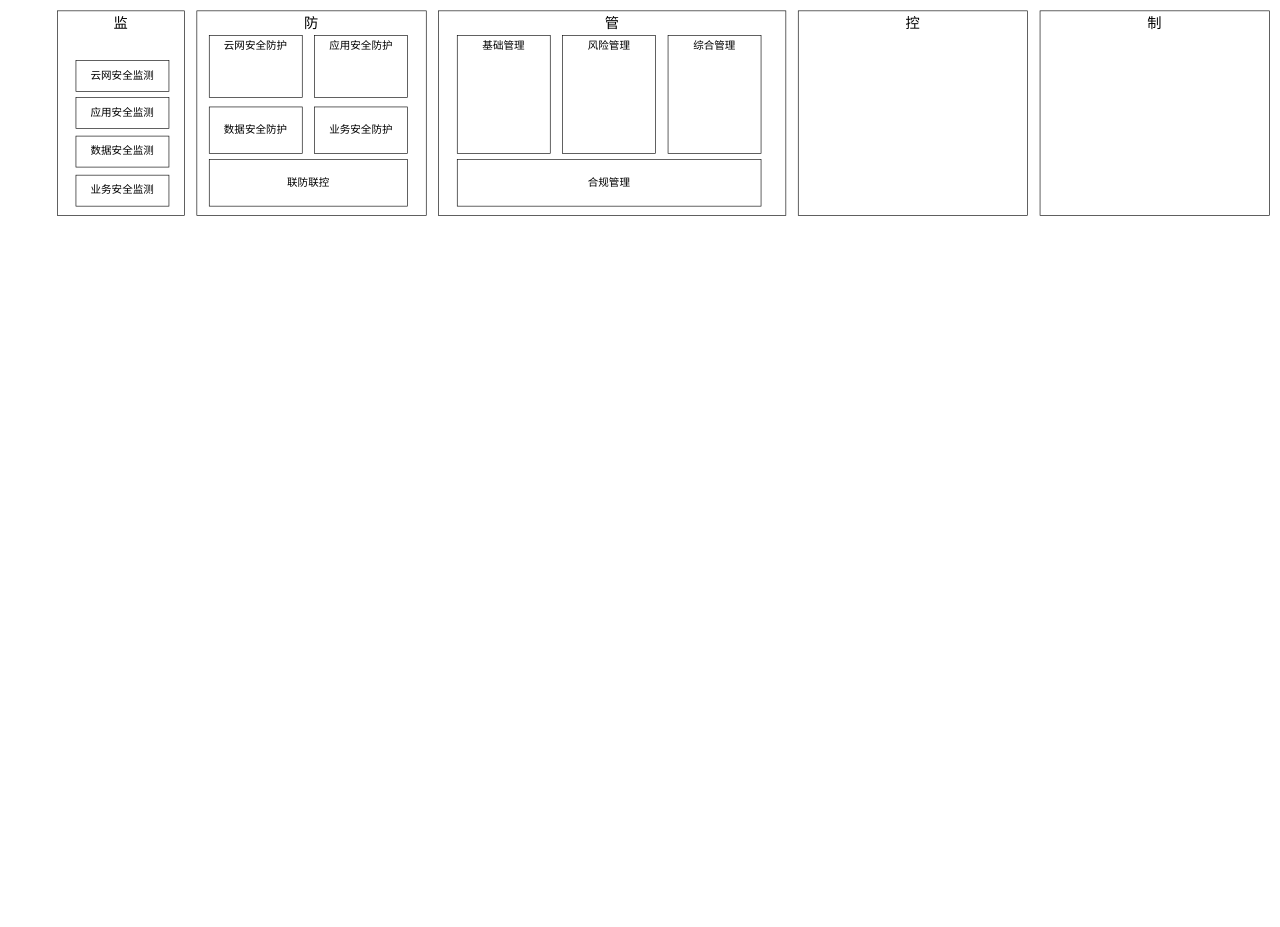
Before: 2024安全技术能力全景图.drawio in razor/1102_decoration, a draw.io diagram. Source tidied: cells renumbered, new cells numbered last; positions are measured from the earlier drawing's top-left corner, leaving out a move shared by most shapes. Both pictures are drawn from the tidied source at 62%, with x=0, y=0 at pixel (57, 11).
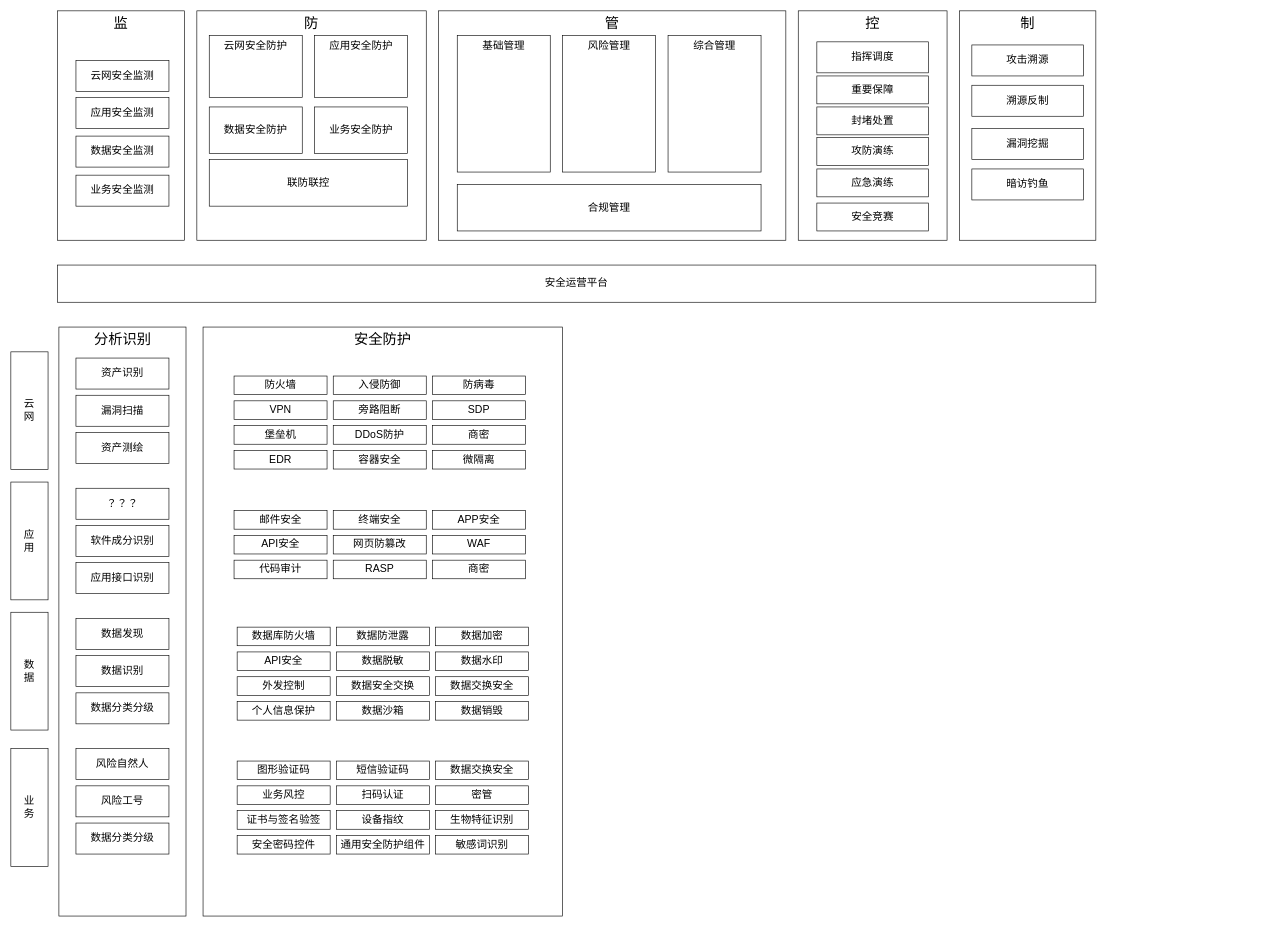
After the change.

Commit message (it also covers changes not shown here):
更新2024安全技术能力全景图.drawio

Change to the diagram source:
```diff
@@
     <mxCell id="2" value="&lt;span style=&quot;font-size: 23px;&quot;&gt;监&lt;/span&gt;" style="rounded=0;whiteSpace=wrap;html=1;verticalAlign=top;fontSize=23;fontStyle=0;" parent="1" vertex="1">
-      <mxGeometry width="205" height="330" as="geometry" />
+      <mxGeometry width="205" height="370" as="geometry" />
     </mxCell>
@@
     <mxCell id="7" value="&lt;span style=&quot;font-size: 23px;&quot;&gt;防&lt;/span&gt;" style="rounded=0;whiteSpace=wrap;html=1;verticalAlign=top;fontSize=23;fontStyle=0;" parent="1" vertex="1">
-      <mxGeometry x="225" width="370" height="330" as="geometry" />
+      <mxGeometry x="225" width="370" height="370" as="geometry" />
     </mxCell>
@@
     <mxCell id="13" value="&lt;span style=&quot;font-size: 23px;&quot;&gt;管&lt;/span&gt;" style="rounded=0;whiteSpace=wrap;html=1;verticalAlign=top;fontSize=23;fontStyle=0;" parent="1" vertex="1">
-      <mxGeometry x="615" width="560" height="330" as="geometry" />
+      <mxGeometry x="615" width="560" height="370" as="geometry" />
     </mxCell>
     <mxCell id="14" value="基础管理" style="rounded=0;whiteSpace=wrap;html=1;verticalAlign=top;fontSize=17;" parent="1" vertex="1">
-      <mxGeometry x="645" y="40" width="150" height="190" as="geometry" />
+      <mxGeometry x="645" y="40" width="150" height="220" as="geometry" />
     </mxCell>
     <mxCell id="15" value="风险管理" style="rounded=0;whiteSpace=wrap;html=1;verticalAlign=top;fontSize=17;" parent="1" vertex="1">
-      <mxGeometry x="815" y="40" width="150" height="190" as="geometry" />
+      <mxGeometry x="815" y="40" width="150" height="220" as="geometry" />
     </mxCell>
     <mxCell id="16" value="综合管理" style="rounded=0;whiteSpace=wrap;html=1;verticalAlign=top;fontSize=17;" parent="1" vertex="1">
-      <mxGeometry x="985" y="40" width="150" height="190" as="geometry" />
+      <mxGeometry x="985" y="40" width="150" height="220" as="geometry" />
     </mxCell>
     <mxCell id="17" value="合规管理" style="rounded=0;whiteSpace=wrap;html=1;fontSize=17;" parent="1" vertex="1">
-      <mxGeometry x="645" y="240" width="490" height="75" as="geometry" />
+      <mxGeometry x="645" y="280" width="490" height="75" as="geometry" />
     </mxCell>
     <mxCell id="18" value="&lt;span style=&quot;font-size: 23px;&quot;&gt;控&lt;/span&gt;" style="rounded=0;whiteSpace=wrap;html=1;verticalAlign=top;fontSize=23;fontStyle=0;" parent="1" vertex="1">
-      <mxGeometry x="1195" width="370" height="330" as="geometry" />
+      <mxGeometry x="1195" width="240" height="370" as="geometry" />
     </mxCell>
     <mxCell id="19" value="&lt;span style=&quot;font-size: 23px;&quot;&gt;制&lt;/span&gt;" style="rounded=0;whiteSpace=wrap;html=1;verticalAlign=top;fontSize=23;fontStyle=0;" parent="1" vertex="1">
-      <mxGeometry x="1585" width="370" height="330" as="geometry" />
+      <mxGeometry x="1455" width="220" height="370" as="geometry" />
     </mxCell>
+    <mxCell id="20" value="指挥调度" style="rounded=0;whiteSpace=wrap;html=1;fontSize=17;" parent="1" vertex="1">
+      <mxGeometry x="1225" y="50" width="180" height="50" as="geometry" />
+    </mxCell>
+    <mxCell id="21" value="重要保障" style="rounded=0;whiteSpace=wrap;html=1;fontSize=17;" parent="1" vertex="1">
+      <mxGeometry x="1225" y="105" width="180" height="45" as="geometry" />
+    </mxCell>
+    <mxCell id="22" value="封堵处置" style="rounded=0;whiteSpace=wrap;html=1;fontSize=17;" parent="1" vertex="1">
+      <mxGeometry x="1225" y="155" width="180" height="45" as="geometry" />
+    </mxCell>
+    <mxCell id="23" value="攻防演练" style="rounded=0;whiteSpace=wrap;html=1;fontSize=17;" parent="1" vertex="1">
+      <mxGeometry x="1225" y="204.5" width="180" height="45" as="geometry" />
+    </mxCell>
+    <mxCell id="24" value="应急演练" style="rounded=0;whiteSpace=wrap;html=1;fontSize=17;" parent="1" vertex="1">
+      <mxGeometry x="1225" y="255" width="180" height="45" as="geometry" />
+    </mxCell>
+    <mxCell id="25" value="安全竞赛" style="rounded=0;whiteSpace=wrap;html=1;fontSize=17;" parent="1" vertex="1">
+      <mxGeometry x="1225" y="310" width="180" height="45" as="geometry" />
+    </mxCell>
+    <mxCell id="26" value="攻击溯源" style="rounded=0;whiteSpace=wrap;html=1;fontSize=17;" parent="1" vertex="1">
+      <mxGeometry x="1475" y="55" width="180" height="50" as="geometry" />
+    </mxCell>
+    <mxCell id="27" value="溯源反制" style="rounded=0;whiteSpace=wrap;html=1;fontSize=17;" parent="1" vertex="1">
+      <mxGeometry x="1475" y="120" width="180" height="50" as="geometry" />
+    </mxCell>
+    <mxCell id="28" value="漏洞挖掘" style="rounded=0;whiteSpace=wrap;html=1;fontSize=17;" parent="1" vertex="1">
+      <mxGeometry x="1475" y="190" width="180" height="50" as="geometry" />
+    </mxCell>
+    <mxCell id="29" value="暗访钓鱼" style="rounded=0;whiteSpace=wrap;html=1;fontSize=17;" parent="1" vertex="1">
+      <mxGeometry x="1475" y="255" width="180" height="50" as="geometry" />
+    </mxCell>
+    <mxCell id="30" value="安全运营平台" style="rounded=0;whiteSpace=wrap;html=1;fontSize=17;" parent="1" vertex="1">
+      <mxGeometry y="410" width="1675" height="60" as="geometry" />
+    </mxCell>
+    <mxCell id="31" value="&lt;span style=&quot;font-size: 23px;&quot;&gt;分析识别&lt;/span&gt;" style="rounded=0;whiteSpace=wrap;html=1;verticalAlign=top;fontSize=23;fontStyle=0;" parent="1" vertex="1">
+      <mxGeometry x="2.5" y="510" width="205" height="950" as="geometry" />
+    </mxCell>
+    <mxCell id="32" value="&lt;font style=&quot;font-size: 17px;&quot;&gt;资产识别&lt;/font&gt;" style="rounded=0;whiteSpace=wrap;html=1;fontStyle=0;" parent="1" vertex="1">
+      <mxGeometry x="30" y="560" width="150" height="50" as="geometry" />
+    </mxCell>
+    <mxCell id="33" value="&lt;font style=&quot;font-size: 17px;&quot;&gt;漏洞扫描&lt;/font&gt;" style="rounded=0;whiteSpace=wrap;html=1;fontStyle=0;" parent="1" vertex="1">
+      <mxGeometry x="30" y="620" width="150" height="50" as="geometry" />
+    </mxCell>
+    <mxCell id="34" value="&lt;font style=&quot;font-size: 17px;&quot;&gt;资产测绘&lt;/font&gt;" style="rounded=0;whiteSpace=wrap;html=1;fontStyle=0;" parent="1" vertex="1">
+      <mxGeometry x="30" y="680" width="150" height="50" as="geometry" />
+    </mxCell>
+    <mxCell id="35" value="&lt;font style=&quot;font-size: 17px;&quot;&gt;？？？&lt;/font&gt;" style="rounded=0;whiteSpace=wrap;html=1;fontStyle=0;" parent="1" vertex="1">
+      <mxGeometry x="30" y="770" width="150" height="50" as="geometry" />
+    </mxCell>
+    <mxCell id="36" value="&lt;font style=&quot;font-size: 17px;&quot;&gt;软件成分识别&lt;/font&gt;" style="rounded=0;whiteSpace=wrap;html=1;fontStyle=0;" parent="1" vertex="1">
+      <mxGeometry x="30" y="830" width="150" height="50" as="geometry" />
+    </mxCell>
+    <mxCell id="37" value="&lt;font style=&quot;font-size: 17px;&quot;&gt;应用接口识别&lt;/font&gt;" style="rounded=0;whiteSpace=wrap;html=1;fontStyle=0;" parent="1" vertex="1">
+      <mxGeometry x="30" y="890" width="150" height="50" as="geometry" />
+    </mxCell>
+    <mxCell id="38" value="&lt;font style=&quot;font-size: 17px;&quot;&gt;数据发现&lt;/font&gt;" style="rounded=0;whiteSpace=wrap;html=1;fontStyle=0;" parent="1" vertex="1">
+      <mxGeometry x="30" y="980" width="150" height="50" as="geometry" />
+    </mxCell>
+    <mxCell id="39" value="&lt;font style=&quot;font-size: 17px;&quot;&gt;数据识别&lt;/font&gt;" style="rounded=0;whiteSpace=wrap;html=1;fontStyle=0;" parent="1" vertex="1">
+      <mxGeometry x="30" y="1040" width="150" height="50" as="geometry" />
+    </mxCell>
+    <mxCell id="40" value="&lt;font style=&quot;font-size: 17px;&quot;&gt;数据分类分级&lt;/font&gt;" style="rounded=0;whiteSpace=wrap;html=1;fontStyle=0;" parent="1" vertex="1">
+      <mxGeometry x="30" y="1100" width="150" height="50" as="geometry" />
+    </mxCell>
+    <mxCell id="41" value="&lt;font style=&quot;font-size: 17px;&quot;&gt;风险自然人&lt;/font&gt;" style="rounded=0;whiteSpace=wrap;html=1;fontStyle=0;" parent="1" vertex="1">
+      <mxGeometry x="30" y="1190" width="150" height="50" as="geometry" />
+    </mxCell>
+    <mxCell id="42" value="&lt;font style=&quot;font-size: 17px;&quot;&gt;风险工号&lt;/font&gt;" style="rounded=0;whiteSpace=wrap;html=1;fontStyle=0;" parent="1" vertex="1">
+      <mxGeometry x="30" y="1250" width="150" height="50" as="geometry" />
+    </mxCell>
+    <mxCell id="43" value="&lt;font style=&quot;font-size: 17px;&quot;&gt;数据分类分级&lt;/font&gt;" style="rounded=0;whiteSpace=wrap;html=1;fontStyle=0;" parent="1" vertex="1">
+      <mxGeometry x="30" y="1310" width="150" height="50" as="geometry" />
+    </mxCell>
+    <mxCell id="44" value="业&lt;div style=&quot;font-size: 17px;&quot;&gt;务&lt;/div&gt;" style="rounded=0;whiteSpace=wrap;html=1;horizontal=1;fontSize=17;" parent="1" vertex="1">
+      <mxGeometry x="-75" y="1190" width="60" height="190" as="geometry" />
+    </mxCell>
+    <mxCell id="45" value="数&lt;div&gt;据&lt;/div&gt;" style="rounded=0;whiteSpace=wrap;html=1;horizontal=1;fontSize=17;" parent="1" vertex="1">
+      <mxGeometry x="-75" y="970" width="60" height="190" as="geometry" />
+    </mxCell>
+    <mxCell id="46" value="应&lt;div&gt;用&lt;/div&gt;" style="rounded=0;whiteSpace=wrap;html=1;horizontal=1;fontSize=17;" parent="1" vertex="1">
+      <mxGeometry x="-75" y="760" width="60" height="190" as="geometry" />
+    </mxCell>
+    <mxCell id="47" value="云&lt;div&gt;网&lt;/div&gt;" style="rounded=0;whiteSpace=wrap;html=1;horizontal=1;fontSize=17;" parent="1" vertex="1">
+      <mxGeometry x="-75" y="550" width="60" height="190" as="geometry" />
+    </mxCell>
+    <mxCell id="48" value="&lt;span style=&quot;font-size: 23px;&quot;&gt;安全防护&lt;/span&gt;" style="rounded=0;whiteSpace=wrap;html=1;verticalAlign=top;fontSize=23;fontStyle=0;" parent="1" vertex="1">
+      <mxGeometry x="235" y="510" width="580" height="950" as="geometry" />
+    </mxCell>
+    <mxCell id="49" value="&lt;font style=&quot;font-size: 17px;&quot;&gt;防火墙&lt;/font&gt;" style="rounded=0;whiteSpace=wrap;html=1;fontStyle=0;" parent="1" vertex="1">
+      <mxGeometry x="285" y="589" width="150" height="30" as="geometry" />
+    </mxCell>
+    <mxCell id="50" value="&lt;font style=&quot;font-size: 17px;&quot;&gt;入侵防御&lt;/font&gt;" style="rounded=0;whiteSpace=wrap;html=1;fontStyle=0;" parent="1" vertex="1">
+      <mxGeometry x="445" y="589" width="150" height="30" as="geometry" />
+    </mxCell>
+    <mxCell id="51" value="&lt;span style=&quot;font-size: 17px;&quot;&gt;防病毒&lt;/span&gt;" style="rounded=0;whiteSpace=wrap;html=1;fontStyle=0;" parent="1" vertex="1">
+      <mxGeometry x="605" y="589" width="150" height="30" as="geometry" />
+    </mxCell>
+    <mxCell id="52" value="&lt;font style=&quot;font-size: 17px;&quot;&gt;VPN&lt;/font&gt;" style="rounded=0;whiteSpace=wrap;html=1;fontStyle=0;" parent="1" vertex="1">
+      <mxGeometry x="285" y="629" width="150" height="30" as="geometry" />
+    </mxCell>
+    <mxCell id="53" value="&lt;font style=&quot;font-size: 17px;&quot;&gt;旁路阻断&lt;/font&gt;" style="rounded=0;whiteSpace=wrap;html=1;fontStyle=0;" parent="1" vertex="1">
+      <mxGeometry x="445" y="629" width="150" height="30" as="geometry" />
+    </mxCell>
+    <mxCell id="54" value="&lt;font style=&quot;font-size: 17px;&quot;&gt;SDP&lt;/font&gt;" style="rounded=0;whiteSpace=wrap;html=1;fontStyle=0;" parent="1" vertex="1">
+      <mxGeometry x="605" y="629" width="150" height="30" as="geometry" />
+    </mxCell>
+    <mxCell id="55" value="&lt;font style=&quot;font-size: 17px;&quot;&gt;堡垒机&lt;/font&gt;" style="rounded=0;whiteSpace=wrap;html=1;fontStyle=0;" parent="1" vertex="1">
+      <mxGeometry x="285" y="669" width="150" height="30" as="geometry" />
+    </mxCell>
+    <mxCell id="56" value="&lt;font style=&quot;font-size: 17px;&quot;&gt;DDoS防护&lt;/font&gt;" style="rounded=0;whiteSpace=wrap;html=1;fontStyle=0;" parent="1" vertex="1">
+      <mxGeometry x="445" y="669" width="150" height="30" as="geometry" />
+    </mxCell>
+    <mxCell id="57" value="&lt;span style=&quot;font-size: 17px;&quot;&gt;商密&lt;/span&gt;" style="rounded=0;whiteSpace=wrap;html=1;fontStyle=0;" parent="1" vertex="1">
+      <mxGeometry x="605" y="669" width="150" height="30" as="geometry" />
+    </mxCell>
+    <mxCell id="58" value="&lt;font style=&quot;font-size: 17px;&quot;&gt;EDR&lt;/font&gt;" style="rounded=0;whiteSpace=wrap;html=1;fontStyle=0;" parent="1" vertex="1">
+      <mxGeometry x="285" y="709" width="150" height="30" as="geometry" />
+    </mxCell>
+    <mxCell id="59" value="&lt;font style=&quot;font-size: 17px;&quot;&gt;容器安全&lt;/font&gt;" style="rounded=0;whiteSpace=wrap;html=1;fontStyle=0;" parent="1" vertex="1">
+      <mxGeometry x="445" y="709" width="150" height="30" as="geometry" />
+    </mxCell>
+    <mxCell id="60" value="&lt;font style=&quot;font-size: 17px;&quot;&gt;微隔离&lt;/font&gt;" style="rounded=0;whiteSpace=wrap;html=1;fontStyle=0;" parent="1" vertex="1">
+      <mxGeometry x="605" y="709" width="150" height="30" as="geometry" />
+    </mxCell>
+    <mxCell id="61" value="&lt;font style=&quot;font-size: 17px;&quot;&gt;邮件安全&lt;/font&gt;" style="rounded=0;whiteSpace=wrap;html=1;fontStyle=0;" parent="1" vertex="1">
+      <mxGeometry x="285" y="806" width="150" height="30" as="geometry" />
+    </mxCell>
+    <mxCell id="62" value="&lt;font style=&quot;font-size: 17px;&quot;&gt;终端安全&lt;/font&gt;" style="rounded=0;whiteSpace=wrap;html=1;fontStyle=0;" parent="1" vertex="1">
+      <mxGeometry x="445" y="806" width="150" height="30" as="geometry" />
+    </mxCell>
+    <mxCell id="63" value="&lt;font style=&quot;font-size: 17px;&quot;&gt;APP安全&lt;/font&gt;" style="rounded=0;whiteSpace=wrap;html=1;fontStyle=0;" parent="1" vertex="1">
+      <mxGeometry x="605" y="806" width="150" height="30" as="geometry" />
+    </mxCell>
+    <mxCell id="64" value="&lt;font style=&quot;font-size: 17px;&quot;&gt;API安全&lt;/font&gt;" style="rounded=0;whiteSpace=wrap;html=1;fontStyle=0;" parent="1" vertex="1">
+      <mxGeometry x="285" y="846" width="150" height="30" as="geometry" />
+    </mxCell>
+    <mxCell id="65" value="&lt;font style=&quot;font-size: 17px;&quot;&gt;网页防篡改&lt;/font&gt;" style="rounded=0;whiteSpace=wrap;html=1;fontStyle=0;" parent="1" vertex="1">
+      <mxGeometry x="445" y="846" width="150" height="30" as="geometry" />
+    </mxCell>
+    <mxCell id="66" value="&lt;font style=&quot;font-size: 17px;&quot;&gt;WAF&lt;/font&gt;" style="rounded=0;whiteSpace=wrap;html=1;fontStyle=0;" parent="1" vertex="1">
+      <mxGeometry x="605" y="846" width="150" height="30" as="geometry" />
+    </mxCell>
+    <mxCell id="67" value="&lt;font style=&quot;font-size: 17px;&quot;&gt;代码审计&lt;/font&gt;" style="rounded=0;whiteSpace=wrap;html=1;fontStyle=0;" parent="1" vertex="1">
+      <mxGeometry x="285" y="886" width="150" height="30" as="geometry" />
+    </mxCell>
+    <mxCell id="68" value="&lt;font style=&quot;font-size: 17px;&quot;&gt;RASP&lt;/font&gt;" style="rounded=0;whiteSpace=wrap;html=1;fontStyle=0;" parent="1" vertex="1">
+      <mxGeometry x="445" y="886" width="150" height="30" as="geometry" />
+    </mxCell>
+    <mxCell id="69" value="&lt;font style=&quot;font-size: 17px;&quot;&gt;商密&lt;/font&gt;" style="rounded=0;whiteSpace=wrap;html=1;fontStyle=0;" parent="1" vertex="1">
+      <mxGeometry x="605" y="886" width="150" height="30" as="geometry" />
+    </mxCell>
+    <mxCell id="70" value="&lt;font style=&quot;font-size: 17px;&quot;&gt;数据库防火墙&lt;/font&gt;" style="rounded=0;whiteSpace=wrap;html=1;fontStyle=0;" parent="1" vertex="1">
+      <mxGeometry x="290" y="994" width="150" height="30" as="geometry" />
+    </mxCell>
+    <mxCell id="71" value="&lt;span style=&quot;font-size: 17px;&quot;&gt;数据防泄露&lt;/span&gt;" style="rounded=0;whiteSpace=wrap;html=1;fontStyle=0;" parent="1" vertex="1">
+      <mxGeometry x="450" y="994" width="150" height="30" as="geometry" />
+    </mxCell>
+    <mxCell id="72" value="&lt;font style=&quot;font-size: 17px;&quot;&gt;数据加密&lt;/font&gt;" style="rounded=0;whiteSpace=wrap;html=1;fontStyle=0;" parent="1" vertex="1">
+      <mxGeometry x="610" y="994" width="150" height="30" as="geometry" />
+    </mxCell>
+    <mxCell id="73" value="&lt;font style=&quot;font-size: 17px;&quot;&gt;API安全&lt;/font&gt;" style="rounded=0;whiteSpace=wrap;html=1;fontStyle=0;" parent="1" vertex="1">
+      <mxGeometry x="290" y="1034" width="150" height="30" as="geometry" />
+    </mxCell>
+    <mxCell id="74" value="&lt;font style=&quot;font-size: 17px;&quot;&gt;数据脱敏&lt;/font&gt;" style="rounded=0;whiteSpace=wrap;html=1;fontStyle=0;" parent="1" vertex="1">
+      <mxGeometry x="450" y="1034" width="150" height="30" as="geometry" />
+    </mxCell>
+    <mxCell id="75" value="&lt;font style=&quot;font-size: 17px;&quot;&gt;数据水印&lt;/font&gt;" style="rounded=0;whiteSpace=wrap;html=1;fontStyle=0;" parent="1" vertex="1">
+      <mxGeometry x="610" y="1034" width="150" height="30" as="geometry" />
+    </mxCell>
+    <mxCell id="76" value="&lt;font style=&quot;font-size: 17px;&quot;&gt;外发控制&lt;/font&gt;" style="rounded=0;whiteSpace=wrap;html=1;fontStyle=0;" parent="1" vertex="1">
+      <mxGeometry x="290" y="1074" width="150" height="30" as="geometry" />
+    </mxCell>
+    <mxCell id="77" value="&lt;font style=&quot;font-size: 17px;&quot;&gt;数据安全交换&lt;/font&gt;" style="rounded=0;whiteSpace=wrap;html=1;fontStyle=0;" parent="1" vertex="1">
+      <mxGeometry x="450" y="1074" width="150" height="30" as="geometry" />
+    </mxCell>
+    <mxCell id="78" value="&lt;font style=&quot;font-size: 17px;&quot;&gt;数据交换安全&lt;/font&gt;" style="rounded=0;whiteSpace=wrap;html=1;fontStyle=0;" parent="1" vertex="1">
+      <mxGeometry x="610" y="1074" width="150" height="30" as="geometry" />
+    </mxCell>
+    <mxCell id="79" value="&lt;font style=&quot;font-size: 17px;&quot;&gt;个人信息保护&lt;/font&gt;" style="rounded=0;whiteSpace=wrap;html=1;fontStyle=0;" parent="1" vertex="1">
+      <mxGeometry x="290" y="1114" width="150" height="30" as="geometry" />
+    </mxCell>
+    <mxCell id="80" value="&lt;font style=&quot;font-size: 17px;&quot;&gt;数据沙箱&lt;/font&gt;" style="rounded=0;whiteSpace=wrap;html=1;fontStyle=0;" parent="1" vertex="1">
+      <mxGeometry x="450" y="1114" width="150" height="30" as="geometry" />
+    </mxCell>
+    <mxCell id="81" value="&lt;font style=&quot;font-size: 17px;&quot;&gt;数据销毁&lt;/font&gt;" style="rounded=0;whiteSpace=wrap;html=1;fontStyle=0;" parent="1" vertex="1">
+      <mxGeometry x="610" y="1114" width="150" height="30" as="geometry" />
+    </mxCell>
+    <mxCell id="82" value="&lt;font style=&quot;font-size: 17px;&quot;&gt;图形验证码&lt;/font&gt;" style="rounded=0;whiteSpace=wrap;html=1;fontStyle=0;" parent="1" vertex="1">
+      <mxGeometry x="290" y="1210" width="150" height="30" as="geometry" />
+    </mxCell>
+    <mxCell id="83" value="&lt;font style=&quot;font-size: 17px;&quot;&gt;短信验证码&lt;/font&gt;" style="rounded=0;whiteSpace=wrap;html=1;fontStyle=0;" parent="1" vertex="1">
+      <mxGeometry x="450" y="1210" width="150" height="30" as="geometry" />
+    </mxCell>
+    <mxCell id="84" value="&lt;font style=&quot;font-size: 17px;&quot;&gt;数据交换安全&lt;/font&gt;" style="rounded=0;whiteSpace=wrap;html=1;fontStyle=0;" parent="1" vertex="1">
+      <mxGeometry x="610" y="1210" width="150" height="30" as="geometry" />
+    </mxCell>
+    <mxCell id="85" value="&lt;font style=&quot;font-size: 17px;&quot;&gt;业务风控&lt;/font&gt;" style="rounded=0;whiteSpace=wrap;html=1;fontStyle=0;" parent="1" vertex="1">
+      <mxGeometry x="290" y="1250" width="150" height="30" as="geometry" />
+    </mxCell>
+    <mxCell id="86" value="&lt;font style=&quot;font-size: 17px;&quot;&gt;扫码认证&lt;/font&gt;" style="rounded=0;whiteSpace=wrap;html=1;fontStyle=0;" parent="1" vertex="1">
+      <mxGeometry x="450" y="1250" width="150" height="30" as="geometry" />
+    </mxCell>
+    <mxCell id="87" value="&lt;span style=&quot;font-size: 17px;&quot;&gt;密管&lt;/span&gt;" style="rounded=0;whiteSpace=wrap;html=1;fontStyle=0;" parent="1" vertex="1">
+      <mxGeometry x="610" y="1250" width="150" height="30" as="geometry" />
+    </mxCell>
+    <mxCell id="88" value="&lt;font style=&quot;font-size: 17px;&quot;&gt;证书与签名验签&lt;/font&gt;" style="rounded=0;whiteSpace=wrap;html=1;fontStyle=0;" parent="1" vertex="1">
+      <mxGeometry x="290" y="1290" width="150" height="30" as="geometry" />
+    </mxCell>
+    <mxCell id="89" value="&lt;span style=&quot;font-size: 17px;&quot;&gt;设备指纹&lt;/span&gt;" style="rounded=0;whiteSpace=wrap;html=1;fontStyle=0;" parent="1" vertex="1">
+      <mxGeometry x="450" y="1290" width="150" height="30" as="geometry" />
+    </mxCell>
+    <mxCell id="90" value="&lt;font style=&quot;font-size: 17px;&quot;&gt;生物特征识别&lt;/font&gt;" style="rounded=0;whiteSpace=wrap;html=1;fontStyle=0;" parent="1" vertex="1">
+      <mxGeometry x="610" y="1290" width="150" height="30" as="geometry" />
+    </mxCell>
+    <mxCell id="91" value="&lt;font style=&quot;font-size: 17px;&quot;&gt;安全密码控件&lt;/font&gt;" style="rounded=0;whiteSpace=wrap;html=1;fontStyle=0;" parent="1" vertex="1">
+      <mxGeometry x="290" y="1330" width="150" height="30" as="geometry" />
+    </mxCell>
+    <mxCell id="92" value="&lt;span style=&quot;font-size: 17px;&quot;&gt;通用安全防护组件&lt;/span&gt;" style="rounded=0;whiteSpace=wrap;html=1;fontStyle=0;" parent="1" vertex="1">
+      <mxGeometry x="450" y="1330" width="150" height="30" as="geometry" />
+    </mxCell>
+    <mxCell id="93" value="&lt;font style=&quot;font-size: 17px;&quot;&gt;敏感词识别&lt;/font&gt;" style="rounded=0;whiteSpace=wrap;html=1;fontStyle=0;" parent="1" vertex="1">
+      <mxGeometry x="610" y="1330" width="150" height="30" as="geometry" />
+    </mxCell>
```
